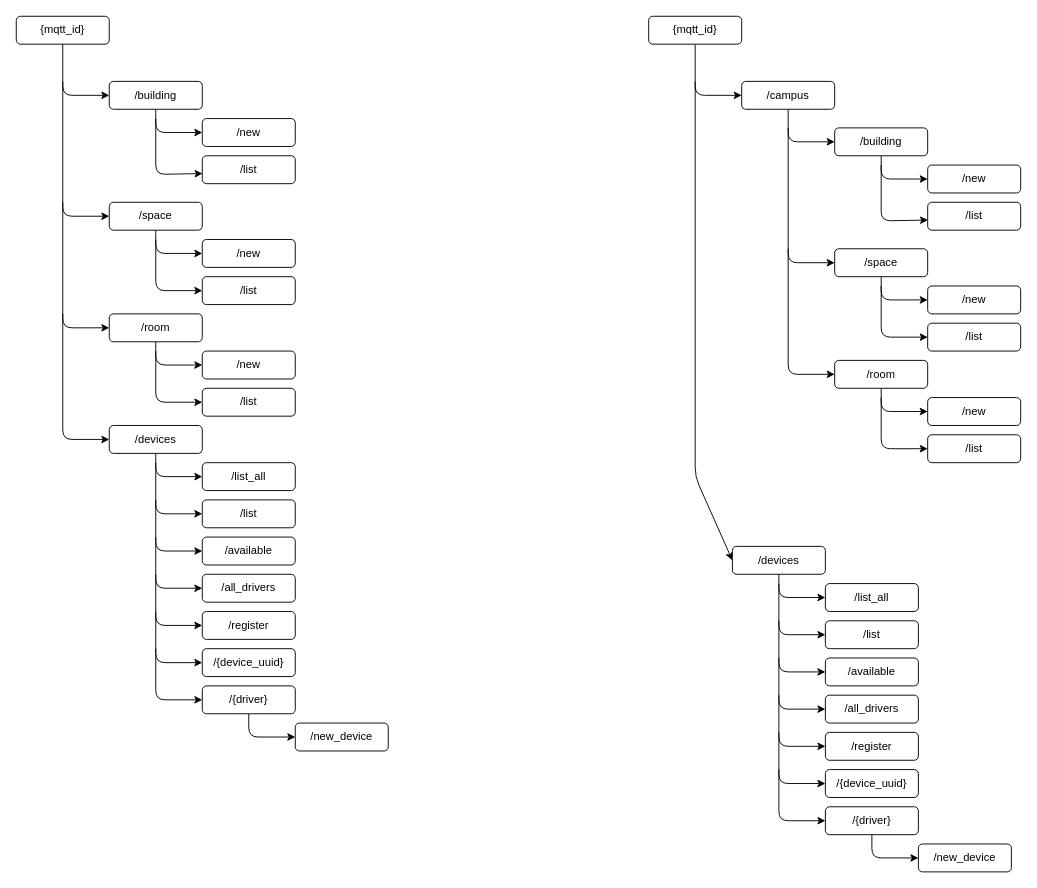
This is architecture/opus_mqtt.drawio from VictorAlicino/tcc_1, a draw.io file, before an edit. Source tidied: cells renumbered, new cells numbered last; positions are measured from the earlier drawing's top-left corner, leaving out a move shared by most shapes. Both pictures are drawn from the tidied source at 93%, with x=0, y=0 at pixel (16, 16).
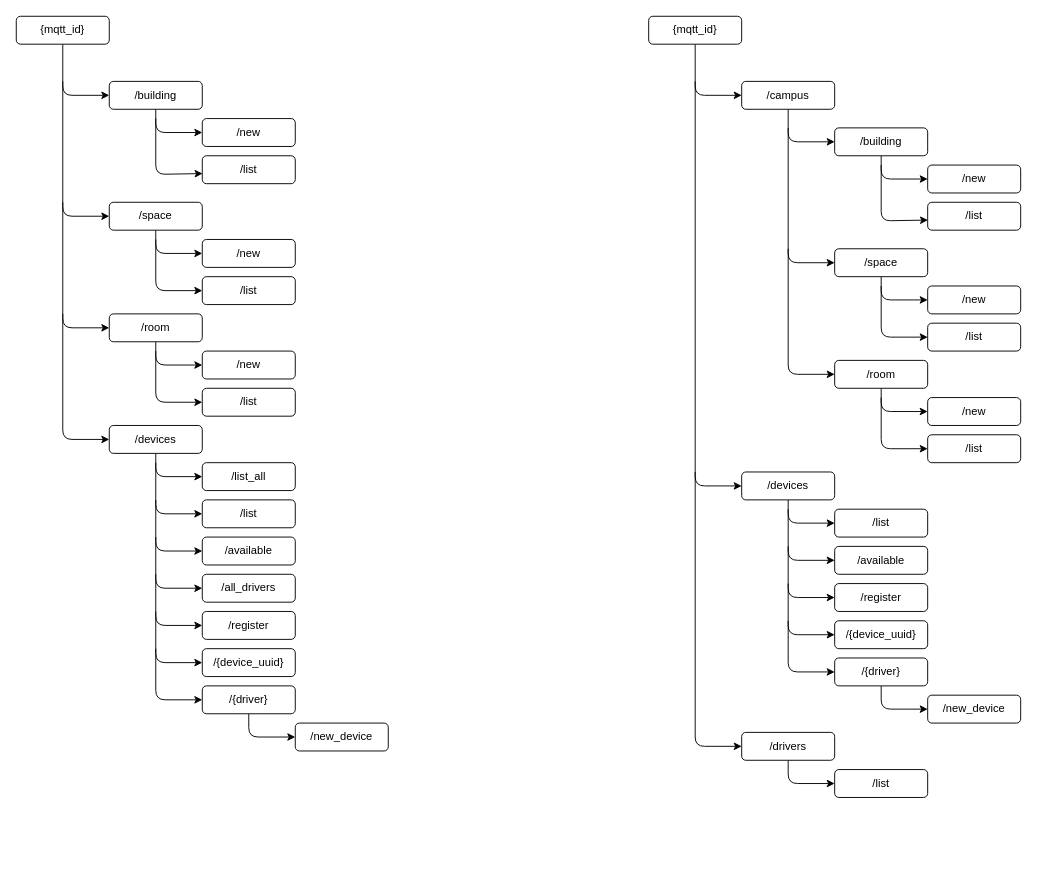
The same diagram, later.

Change to the diagram source:
```diff
@@
     <mxCell id="40" style="edgeStyle=none;html=1;entryX=0;entryY=0.5;entryDx=0;entryDy=0;" parent="1" edge="1" target="46">
       <mxGeometry relative="1" as="geometry">
         <mxPoint x="730" y="70" as="sourcePoint" />
         <Array as="points">
-          <mxPoint x="730" y="495" />
+          <mxPoint x="730" y="505" />
         </Array>
       </mxGeometry>
     </mxCell>
+    <mxCell id="78" style="edgeStyle=none;html=1;entryX=0;entryY=0.5;entryDx=0;entryDy=0;" parent="1" edge="1" target="80">
+      <mxGeometry relative="1" as="geometry">
+        <mxPoint x="730" y="490" as="sourcePoint" />
+        <Array as="points">
+          <mxPoint x="730" y="785" />
+        </Array>
+      </mxGeometry>
+    </mxCell>
@@
     <mxCell id="44" style="edgeStyle=none;html=1;entryX=0;entryY=0.5;entryDx=0;entryDy=0;" parent="1" edge="1" target="48">
       <mxGeometry relative="1" as="geometry">
-        <mxPoint x="820" y="610" as="sourcePoint" />
+        <mxPoint x="830" y="520" as="sourcePoint" />
         <Array as="points">
-          <mxPoint x="820" y="665" />
+          <mxPoint x="830" y="545" />
         </Array>
       </mxGeometry>
     </mxCell>
-    <mxCell id="45" style="edgeStyle=none;html=1;entryX=0;entryY=0.5;entryDx=0;entryDy=0;" parent="1" edge="1" source="46" target="47">
-      <mxGeometry relative="1" as="geometry">
-        <Array as="points">
-          <mxPoint x="820" y="625" />
-        </Array>
-      </mxGeometry>
-    </mxCell>
     <mxCell id="46" value="/devices" style="rounded=1;whiteSpace=wrap;html=1;" parent="1" vertex="1">
-      <mxGeometry x="770" y="570" width="100" height="30" as="geometry" />
+      <mxGeometry x="780" y="490" width="100" height="30" as="geometry" />
     </mxCell>
-    <mxCell id="47" value="/list_all" style="rounded=1;whiteSpace=wrap;html=1;" parent="1" vertex="1">
-      <mxGeometry x="870" y="610" width="100" height="30" as="geometry" />
-    </mxCell>
     <mxCell id="48" value="/list" style="rounded=1;whiteSpace=wrap;html=1;" parent="1" vertex="1">
-      <mxGeometry x="870" y="650" width="100" height="30" as="geometry" />
+      <mxGeometry x="880" y="530" width="100" height="30" as="geometry" />
     </mxCell>
     <mxCell id="49" style="edgeStyle=none;html=1;entryX=0;entryY=0.5;entryDx=0;entryDy=0;" parent="1" edge="1" target="50">
       <mxGeometry relative="1" as="geometry">
-        <mxPoint x="820" y="650" as="sourcePoint" />
+        <mxPoint x="830" y="530" as="sourcePoint" />
         <Array as="points">
-          <mxPoint x="820" y="705" />
+          <mxPoint x="830" y="585" />
         </Array>
       </mxGeometry>
     </mxCell>
     <mxCell id="50" value="/available" style="rounded=1;whiteSpace=wrap;html=1;" parent="1" vertex="1">
-      <mxGeometry x="870" y="690" width="100" height="30" as="geometry" />
+      <mxGeometry x="880" y="570" width="100" height="30" as="geometry" />
     </mxCell>
-    <mxCell id="51" style="edgeStyle=none;html=1;entryX=0;entryY=0.5;entryDx=0;entryDy=0;" parent="1" edge="1" target="52">
-      <mxGeometry relative="1" as="geometry">
-        <mxPoint x="820" y="690" as="sourcePoint" />
-        <Array as="points">
-          <mxPoint x="820" y="745" />
-        </Array>
-      </mxGeometry>
-    </mxCell>
-    <mxCell id="52" value="/all_drivers" style="rounded=1;whiteSpace=wrap;html=1;" parent="1" vertex="1">
-      <mxGeometry x="870" y="730" width="100" height="30" as="geometry" />
-    </mxCell>
     <mxCell id="53" style="edgeStyle=none;html=1;entryX=0;entryY=0.5;entryDx=0;entryDy=0;" parent="1" edge="1" target="54">
       <mxGeometry relative="1" as="geometry">
-        <mxPoint x="820" y="730" as="sourcePoint" />
+        <mxPoint x="830" y="570" as="sourcePoint" />
         <Array as="points">
-          <mxPoint x="820" y="785" />
+          <mxPoint x="830" y="625" />
         </Array>
       </mxGeometry>
     </mxCell>
     <mxCell id="54" value="/register" style="rounded=1;whiteSpace=wrap;html=1;" parent="1" vertex="1">
-      <mxGeometry x="870" y="770" width="100" height="30" as="geometry" />
+      <mxGeometry x="880" y="610" width="100" height="30" as="geometry" />
     </mxCell>
     <mxCell id="55" style="edgeStyle=none;html=1;entryX=0;entryY=0.5;entryDx=0;entryDy=0;" parent="1" edge="1" target="56">
       <mxGeometry relative="1" as="geometry">
-        <mxPoint x="820" y="770" as="sourcePoint" />
+        <mxPoint x="830" y="610" as="sourcePoint" />
         <Array as="points">
-          <mxPoint x="820" y="825" />
+          <mxPoint x="830" y="665" />
         </Array>
       </mxGeometry>
     </mxCell>
     <mxCell id="56" value="/{device_uuid}" style="rounded=1;whiteSpace=wrap;html=1;" parent="1" vertex="1">
-      <mxGeometry x="870" y="810" width="100" height="30" as="geometry" />
+      <mxGeometry x="880" y="650" width="100" height="30" as="geometry" />
     </mxCell>
     <mxCell id="57" style="edgeStyle=none;html=1;entryX=0;entryY=0.5;entryDx=0;entryDy=0;" parent="1" edge="1" target="59">
       <mxGeometry relative="1" as="geometry">
-        <mxPoint x="820" y="810" as="sourcePoint" />
+        <mxPoint x="830" y="650" as="sourcePoint" />
         <Array as="points">
-          <mxPoint x="820" y="865" />
+          <mxPoint x="830" y="705" />
         </Array>
       </mxGeometry>
     </mxCell>
     <mxCell id="58" style="edgeStyle=none;html=1;entryX=0;entryY=0.5;entryDx=0;entryDy=0;" parent="1" edge="1" source="59" target="60">
       <mxGeometry relative="1" as="geometry">
         <Array as="points">
-          <mxPoint x="920" y="905" />
+          <mxPoint x="930" y="745" />
         </Array>
       </mxGeometry>
     </mxCell>
     <mxCell id="59" value="/{driver}" style="rounded=1;whiteSpace=wrap;html=1;" parent="1" vertex="1">
-      <mxGeometry x="870" y="850" width="100" height="30" as="geometry" />
+      <mxGeometry x="880" y="690" width="100" height="30" as="geometry" />
     </mxCell>
     <mxCell id="60" value="/new_device" style="rounded=1;whiteSpace=wrap;html=1;" parent="1" vertex="1">
-      <mxGeometry x="970" y="890" width="100" height="30" as="geometry" />
+      <mxGeometry x="980" y="730" width="100" height="30" as="geometry" />
     </mxCell>
@@
+    <mxCell id="79" style="edgeStyle=none;html=1;entryX=0;entryY=0.5;entryDx=0;entryDy=0;" parent="1" edge="1" source="80" target="81">
+      <mxGeometry relative="1" as="geometry">
+        <Array as="points">
+          <mxPoint x="830" y="825" />
+        </Array>
+      </mxGeometry>
+    </mxCell>
+    <mxCell id="80" value="/drivers" style="rounded=1;whiteSpace=wrap;html=1;" parent="1" vertex="1">
+      <mxGeometry x="780" y="770" width="100" height="30" as="geometry" />
+    </mxCell>
+    <mxCell id="81" value="/list" style="rounded=1;whiteSpace=wrap;html=1;" parent="1" vertex="1">
+      <mxGeometry x="880" y="810" width="100" height="30" as="geometry" />
+    </mxCell>
```
